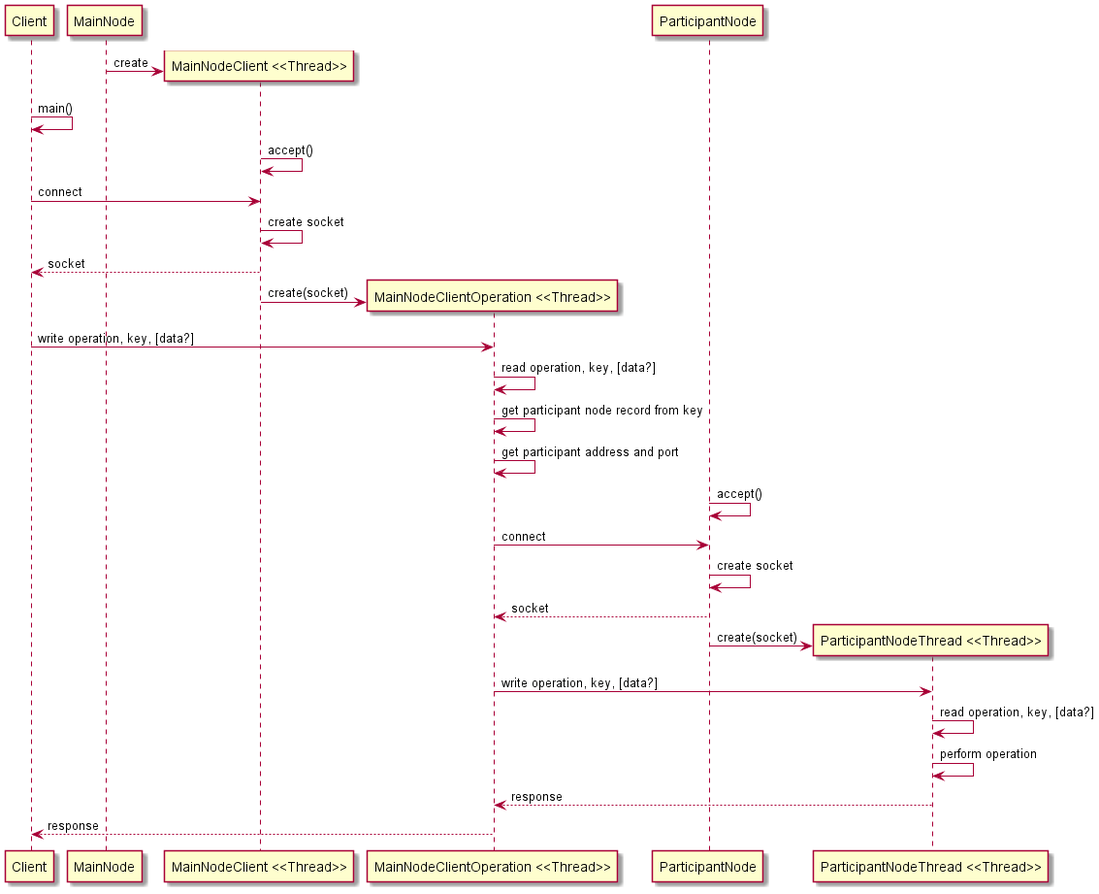
UAL-SDP/TCPMap keeps this PlantUML diagram as figures/rcd_operations.png. Above is the earlier version. The source it was exported from:
```plantuml
@startuml
participant Client
participant MainNode
participant "MainNodeClient <<Thread>>"
participant "MainNodeClientOperation <<Thread>>"
participant ParticipantNode
participant "ParticipantNodeThread <<Thread>>"
MainNode -> "MainNodeClient <<Thread>>" ** : create
Client -> Client : main()
"MainNodeClient <<Thread>>" -> "MainNodeClient <<Thread>>" :  accept()
Client -> "MainNodeClient <<Thread>>" : connect
"MainNodeClient <<Thread>>" -> "MainNodeClient <<Thread>>" : create socket
"MainNodeClient <<Thread>>" --> Client : socket
"MainNodeClient <<Thread>>" -> "MainNodeClientOperation <<Thread>>" ** : create(socket)
Client -> "MainNodeClientOperation <<Thread>>" : write operation, key, [data?]
"MainNodeClientOperation <<Thread>>" -> "MainNodeClientOperation <<Thread>>" : read operation, key, [data?]
"MainNodeClientOperation <<Thread>>" -> "MainNodeClientOperation <<Thread>>" : get participant node record from key
"MainNodeClientOperation <<Thread>>" -> "MainNodeClientOperation <<Thread>>" : get participant address and port
ParticipantNode -> ParticipantNode : accept()
"MainNodeClientOperation <<Thread>>" -> "ParticipantNode" : connect
ParticipantNode -> ParticipantNode : create socket
ParticipantNode --> "MainNodeClientOperation <<Thread>>" : socket
ParticipantNode -> "ParticipantNodeThread <<Thread>>" ** : create(socket)
"MainNodeClientOperation <<Thread>>" -> "ParticipantNodeThread <<Thread>>" : write operation, key, [data?]
"ParticipantNodeThread <<Thread>>" -> "ParticipantNodeThread <<Thread>>" : read operation, key, [data?]
"ParticipantNodeThread <<Thread>>" -> "ParticipantNodeThread <<Thread>>" : perform operation
"ParticipantNodeThread <<Thread>>" --> "MainNodeClientOperation <<Thread>>" : response
"MainNodeClientOperation <<Thread>>" --> Client : response
@enduml
```
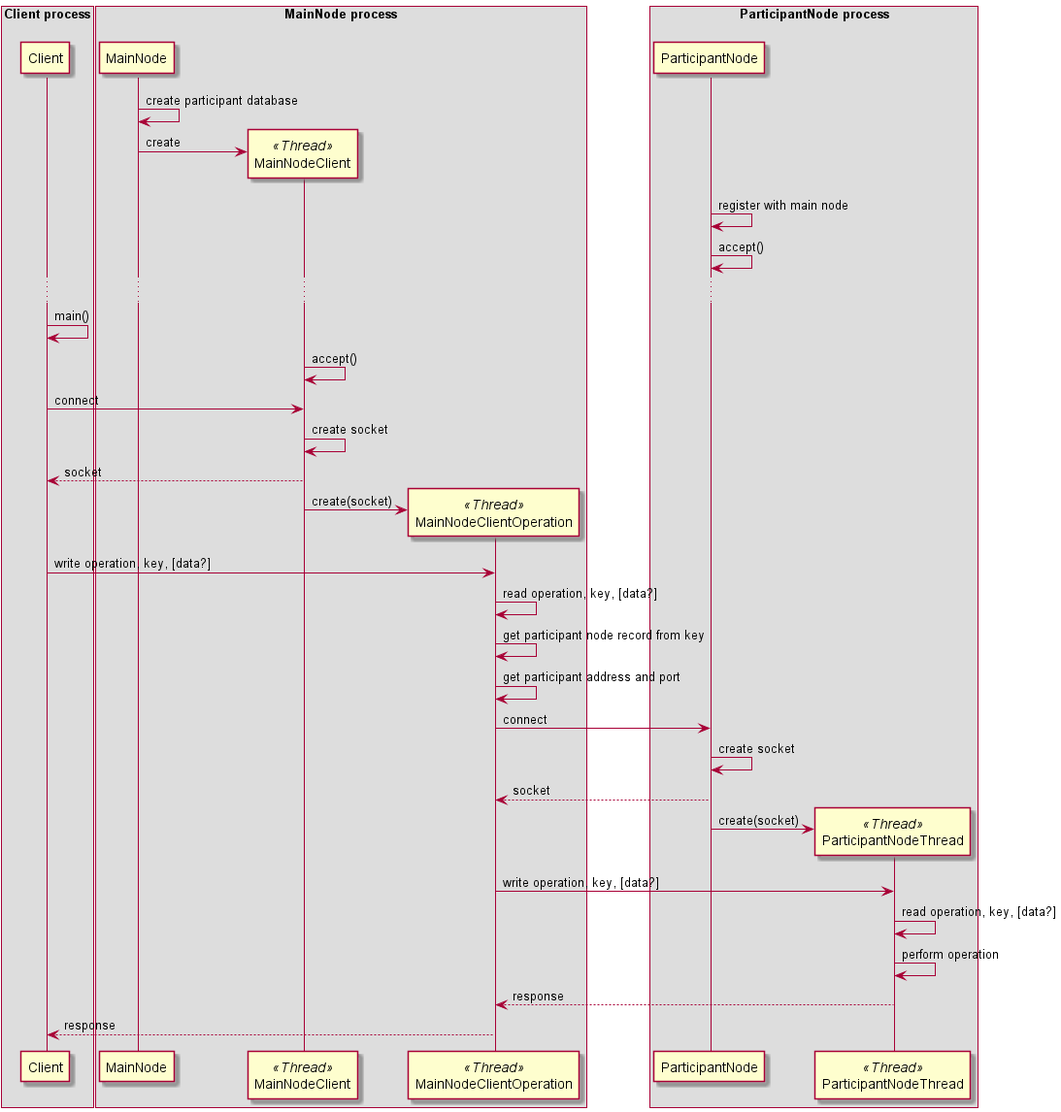
Above is the later version.

Commit message:
Add participant registry diagram.

What changed in the source:
```diff
@@ -1,29 +1,43 @@
 @startuml
-participant Client
-participant MainNode
-participant "MainNodeClient <<Thread>>"
-participant "MainNodeClientOperation <<Thread>>"
-participant ParticipantNode
-participant "ParticipantNodeThread <<Thread>>"
-MainNode -> "MainNodeClient <<Thread>>" ** : create
+box Client process
+        participant Client
+end box
+box MainNode process
+        participant MainNode
+        participant MainNodeClient <<Thread>>
+        participant MainNodeClientOperation <<Thread>>
+end box
+box ParticipantNode process
+        participant ParticipantNode
+        participant ParticipantNodeThread <<Thread>>
+end Box
+MainNode -> MainNode : create participant database
+MainNode -> MainNodeClient ** : create
+ParticipantNode -> ParticipantNode : register with main node
+ParticipantNode -> ParticipantNode : accept()
+...
 Client -> Client : main()
-"MainNodeClient <<Thread>>" -> "MainNodeClient <<Thread>>" :  accept()
-Client -> "MainNodeClient <<Thread>>" : connect
-"MainNodeClient <<Thread>>" -> "MainNodeClient <<Thread>>" : create socket
-"MainNodeClient <<Thread>>" --> Client : socket
-"MainNodeClient <<Thread>>" -> "MainNodeClientOperation <<Thread>>" ** : create(socket)
-Client -> "MainNodeClientOperation <<Thread>>" : write operation, key, [data?]
-"MainNodeClientOperation <<Thread>>" -> "MainNodeClientOperation <<Thread>>" : read operation, key, [data?]
-"MainNodeClientOperation <<Thread>>" -> "MainNodeClientOperation <<Thread>>" : get participant node record from key
-"MainNodeClientOperation <<Thread>>" -> "MainNodeClientOperation <<Thread>>" : get participant address and port
-ParticipantNode -> ParticipantNode : accept()
-"MainNodeClientOperation <<Thread>>" -> "ParticipantNode" : connect
+MainNodeClient -> MainNodeClient :  accept()
+Client -> MainNodeClient : connect
+MainNodeClient -> MainNodeClient : create socket
+MainNodeClient --> Client : socket
+MainNodeClient -> MainNodeClientOperation ** : create(socket)
+
+Client -> MainNodeClientOperation : write operation, key, [data?]
+MainNodeClientOperation -> MainNodeClientOperation : read operation, key, [data?]
+MainNodeClientOperation -> MainNodeClientOperation : get participant node record from key
+MainNodeClientOperation -> MainNodeClientOperation : get participant address and port
+
+MainNodeClientOperation -> ParticipantNode : connect
 ParticipantNode -> ParticipantNode : create socket
-ParticipantNode --> "MainNodeClientOperation <<Thread>>" : socket
-ParticipantNode -> "ParticipantNodeThread <<Thread>>" ** : create(socket)
-"MainNodeClientOperation <<Thread>>" -> "ParticipantNodeThread <<Thread>>" : write operation, key, [data?]
-"ParticipantNodeThread <<Thread>>" -> "ParticipantNodeThread <<Thread>>" : read operation, key, [data?]
-"ParticipantNodeThread <<Thread>>" -> "ParticipantNodeThread <<Thread>>" : perform operation
-"ParticipantNodeThread <<Thread>>" --> "MainNodeClientOperation <<Thread>>" : response
-"MainNodeClientOperation <<Thread>>" --> Client : response
+ParticipantNode --> MainNodeClientOperation : socket
+ParticipantNode -> ParticipantNodeThread ** : create(socket)
+
+MainNodeClientOperation -> ParticipantNodeThread : write operation, key, [data?]
+ParticipantNodeThread -> ParticipantNodeThread : read operation, key, [data?]
+ParticipantNodeThread -> ParticipantNodeThread : perform operation
+ParticipantNodeThread --> MainNodeClientOperation : response
+
+MainNodeClientOperation --> Client : response
+
 @enduml
```
